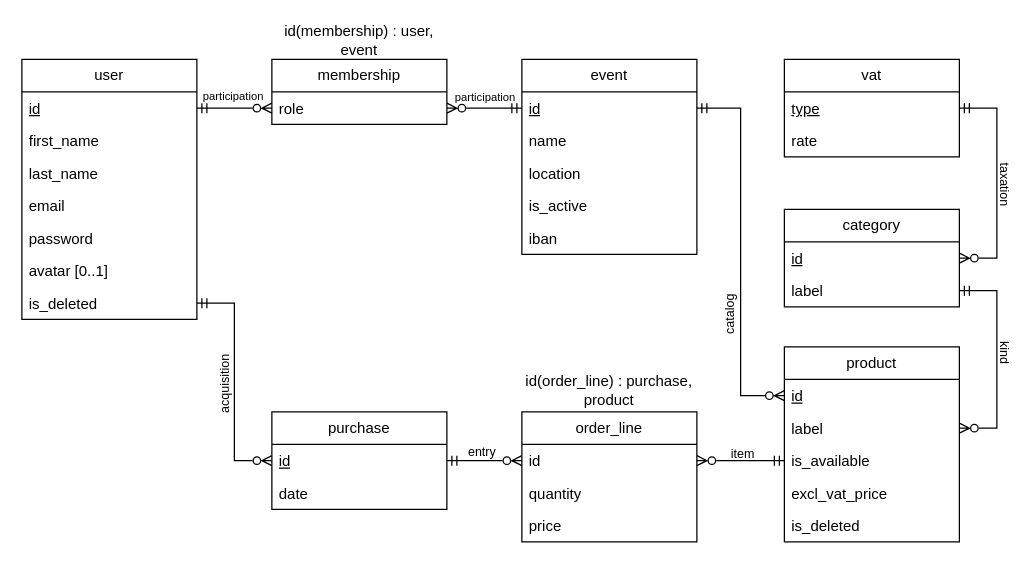
The draw.io diagram database/docs/entity-relationship-diagram.drawio in maxoux53/smartkiosk, before the edit. Source tidied: cells renumbered, new cells numbered last; positions are measured from the earlier drawing's top-left corner, leaving out a move shared by most shapes. Both pictures are drawn from the tidied source at 125%, with x=0, y=0 at pixel (21, 21).
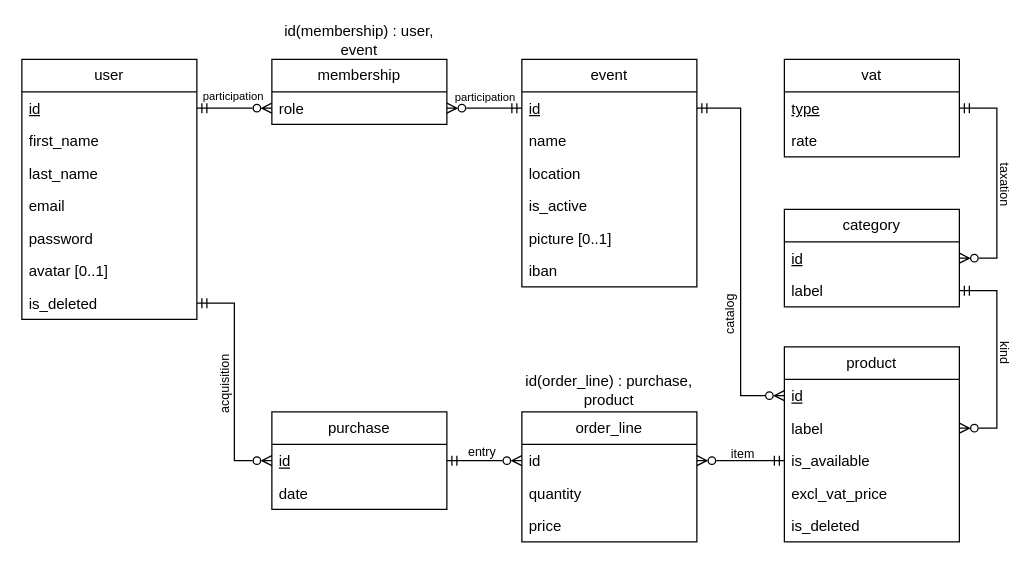
The same page after the edit.

Commit message (it also covers changes not shown here):
fix: add optional picture attribute to event entity

Change to the diagram source:
```diff
@@
     <mxCell id="10" value="event" style="swimlane;fontStyle=0;horizontal=1;startSize=26;fillColor=none;whiteSpace=wrap;html=1;" parent="1" vertex="1">
-      <mxGeometry x="400" y="30" width="140" height="156" as="geometry" />
+      <mxGeometry x="400" y="30" width="140" height="182" as="geometry" />
     </mxCell>
@@
-    <mxCell id="15" value="iban" style="text;strokeColor=none;fillColor=none;align=left;verticalAlign=top;spacingLeft=4;spacingRight=4;overflow=hidden;whiteSpace=wrap;html=1;" parent="10" vertex="1">
+    <mxCell id="15" value="picture [0..1]" style="text;strokeColor=none;fillColor=none;align=left;verticalAlign=top;spacingLeft=4;spacingRight=4;overflow=hidden;whiteSpace=wrap;html=1;" parent="10" vertex="1">
       <mxGeometry y="130" width="140" height="26" as="geometry" />
     </mxCell>
+    <mxCell id="57" value="iban" style="text;strokeColor=none;fillColor=none;align=left;verticalAlign=top;spacingLeft=4;spacingRight=4;overflow=hidden;whiteSpace=wrap;html=1;" parent="10" vertex="1">
+      <mxGeometry y="156" width="140" height="26" as="geometry" />
+    </mxCell>
```
